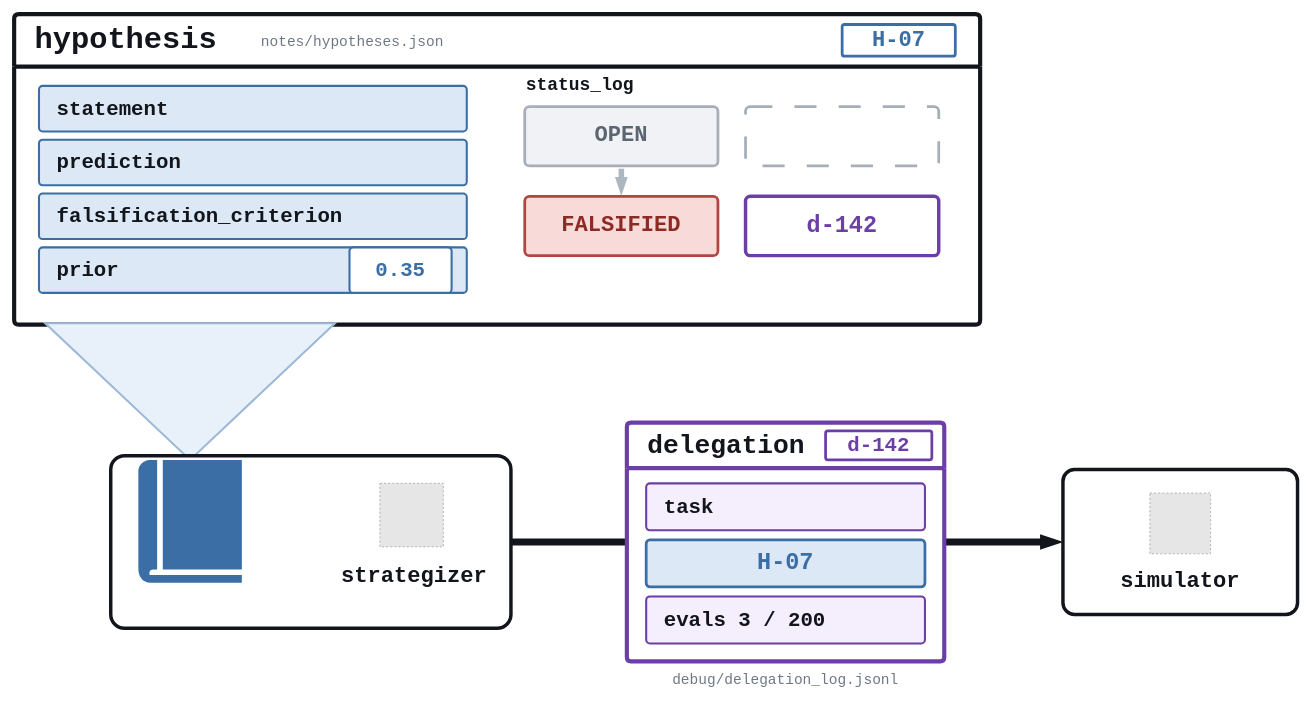
The draw.io diagram Lectures/figures/hypothesis_delegation.drawio in elvis-aguero/3dasm_course, before the edit. Source tidied: cells renumbered, new cells numbered last; positions are measured from the earlier drawing's top-left corner, leaving out a move shared by most shapes. Both pictures are drawn from the tidied source at 69%, with x=0, y=0 at pixel (14, 14). Pictures stored in the file or linked from it are replaced by grey dashed boxes.
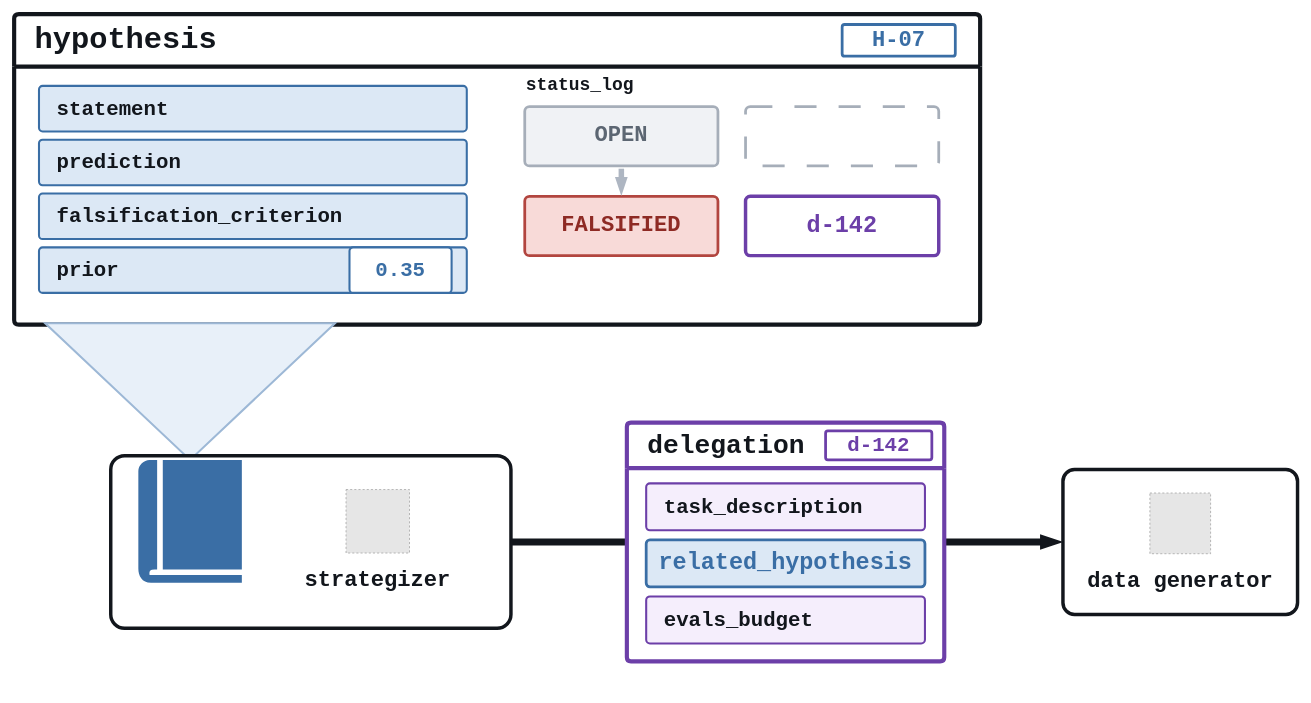
The same page after the edit.

Commit message (it also covers changes not shown here):
Edit the hypothesis and delegation schematic; make the science rules subslides

Figure: second node renamed to data generator to match the roles used in the
lecture, field labels renamed to read plainly rather than to match the source
(task_description, related_hypothesis, evals_budget), and the two file-path
captions dropped.

Notebook: both science rule slides become subslides so they sit vertically under
Popper's advice.

Unchanged cells that the change refers to:
```xml
<mxCell id="2" value="hypothesis" style="swimlane;html=1;startSize=76;fillColor=#FFFFFF;strokeColor=#12161C;strokeWidth=6;fontSize=44;fontStyle=1;fontColor=#12161C;fontFamily=Courier New;swimlaneFillColor=#FFFFFF;rounded=1;arcSize=3;verticalAlign=middle;align=left;spacingLeft=28;" parent="1" vertex="1">
  <mxGeometry width="1400" height="450" as="geometry" />
</mxCell>
<mxCell id="17" style="rounded=1;arcSize=8;whiteSpace=wrap;html=1;fillColor=#FFFFFF;strokeColor=#12161C;strokeWidth=5;fontSize=12;fontStyle=1;fontColor=#12161C;fontFamily=Courier New;align=center;" parent="1" vertex="1">
  <mxGeometry x="140" y="640" width="580" height="250" as="geometry" />
</mxCell>
<mxCell id="21" style="rounded=1;arcSize=8;whiteSpace=wrap;html=1;fillColor=#FFFFFF;strokeColor=#12161C;strokeWidth=5;fontSize=12;fontStyle=1;fontColor=#12161C;fontFamily=Courier New;align=center;" parent="1" vertex="1">
  <mxGeometry x="1520" y="660" width="340" height="210" as="geometry" />
</mxCell>
<mxCell id="25" value="delegation" style="swimlane;html=1;startSize=66;fillColor=#FFFFFF;strokeColor=#6C3FA8;strokeWidth=6;fontSize=38;fontStyle=1;fontColor=#12161C;fontFamily=Courier New;swimlaneFillColor=#FFFFFF;rounded=1;arcSize=3;verticalAlign=middle;align=left;spacingLeft=28;" parent="1" vertex="1">
  <mxGeometry x="888" y="592" width="460" height="346" as="geometry" />
</mxCell>
```

The edit, as a diff of the source:
```diff
@@
-    <mxCell id="3" value="notes/hypotheses.json" style="text;html=1;whiteSpace=wrap;align=left;verticalAlign=middle;fontSize=21;fontStyle=0;fontColor=#6E7885;fontFamily=Courier New;" parent="2" vertex="1">
-      <mxGeometry x="356" y="26" width="420" height="30" as="geometry" />
-    </mxCell>
@@
     <mxCell id="18" style="fillColor=#E6E6E6;strokeColor=#999999;dashed=1;html=1;" parent="17" vertex="1">
-      <mxGeometry x="390" y="40" width="92" height="92" as="geometry" />
+      <mxGeometry x="341" y="49" width="92" height="92" as="geometry" />
     </mxCell>
     <mxCell id="19" value="strategizer" style="text;html=1;whiteSpace=wrap;align=center;verticalAlign=middle;fontSize=32;fontStyle=1;fontColor=#12161C;fontFamily=Courier New;" parent="17" vertex="1">
-      <mxGeometry x="330" y="152" width="220" height="46" as="geometry" />
+      <mxGeometry x="277" y="158" width="220" height="46" as="geometry" />
     </mxCell>
@@
-    <mxCell id="23" value="simulator" style="text;html=1;whiteSpace=wrap;align=center;verticalAlign=middle;fontSize=32;fontStyle=1;fontColor=#12161C;fontFamily=Courier New;" parent="21" vertex="1">
+    <mxCell id="23" value="data generator" style="text;html=1;whiteSpace=wrap;align=center;verticalAlign=middle;fontSize=32;fontStyle=1;fontColor=#12161C;fontFamily=Courier New;" parent="21" vertex="1">
       <mxGeometry x="20" y="140" width="300" height="46" as="geometry" />
     </mxCell>
@@
-    <mxCell id="27" value="task" style="rounded=1;arcSize=8;whiteSpace=wrap;html=1;fillColor=#F5EEFC;strokeColor=#6C3FA8;strokeWidth=3;fontSize=30;fontStyle=1;fontColor=#12161C;fontFamily=Courier New;align=left;spacingLeft=24;" parent="25" vertex="1">
+    <mxCell id="27" value="task_description" style="rounded=1;arcSize=8;whiteSpace=wrap;html=1;fillColor=#F5EEFC;strokeColor=#6C3FA8;strokeWidth=3;fontSize=30;fontStyle=1;fontColor=#12161C;fontFamily=Courier New;align=left;spacingLeft=24;" parent="25" vertex="1">
       <mxGeometry x="28" y="88" width="404" height="68" as="geometry" />
     </mxCell>
-    <mxCell id="28" value="H-07" style="rounded=1;arcSize=8;whiteSpace=wrap;html=1;fillColor=#DCE8F5;strokeColor=#3A6EA5;strokeWidth=4;fontSize=34;fontStyle=1;fontColor=#3A6EA5;fontFamily=Courier New;align=center;" parent="25" vertex="1">
+    <mxCell id="28" value="related_hypothesis" style="rounded=1;arcSize=8;whiteSpace=wrap;html=1;fillColor=#DCE8F5;strokeColor=#3A6EA5;strokeWidth=4;fontSize=34;fontStyle=1;fontColor=#3A6EA5;fontFamily=Courier New;align=center;" parent="25" vertex="1">
       <mxGeometry x="28" y="170" width="404" height="68" as="geometry" />
     </mxCell>
-    <mxCell id="29" value="evals  3 / 200" style="rounded=1;arcSize=8;whiteSpace=wrap;html=1;fillColor=#F5EEFC;strokeColor=#6C3FA8;strokeWidth=3;fontSize=30;fontStyle=1;fontColor=#12161C;fontFamily=Courier New;align=left;spacingLeft=24;" parent="25" vertex="1">
+    <mxCell id="29" value="evals_budget" style="rounded=1;arcSize=8;whiteSpace=wrap;html=1;fillColor=#F5EEFC;strokeColor=#6C3FA8;strokeWidth=3;fontSize=30;fontStyle=1;fontColor=#12161C;fontFamily=Courier New;align=left;spacingLeft=24;" parent="25" vertex="1">
       <mxGeometry x="28" y="252" width="404" height="68" as="geometry" />
     </mxCell>
-    <mxCell id="30" value="debug/delegation_log.jsonl" style="text;html=1;whiteSpace=wrap;align=center;verticalAlign=middle;fontSize=21;fontStyle=0;fontColor=#6E7885;fontFamily=Courier New;" parent="1" vertex="1">
-      <mxGeometry x="868" y="948" width="500" height="34" as="geometry" />
-    </mxCell>
```
